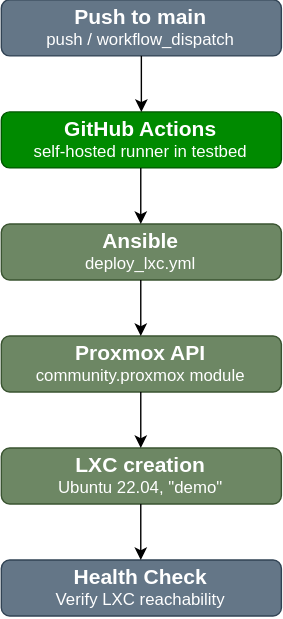
The draw.io diagram docs/flow.svg in SchneiderValentin/proxmox-lxc-pipeline, before a commit. Source tidied: cells renumbered, new cells last; positions are measured from the earlier drawing's top-left corner, leaving out a move shared by most shapes.
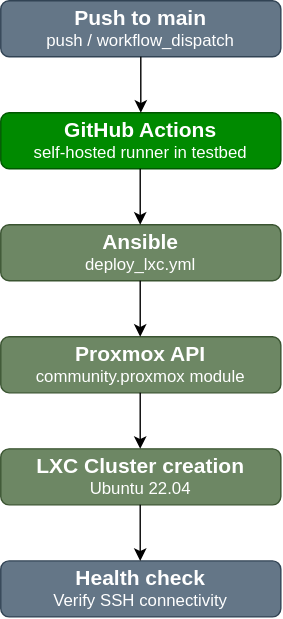
Above is the later version.

Commit message:
Establish and verify SSH connectivity

What changed in the source:
```diff
@@ -14,7 +14,7 @@
     <mxCell id="5" value="&lt;div&gt;&lt;font style=&quot;font-size: 15px;&quot;&gt;&lt;b&gt;Proxmox API&lt;/b&gt;&lt;/font&gt;&lt;/div&gt;&lt;div&gt;community.proxmox module&lt;/div&gt;" style="rounded=1;whiteSpace=wrap;html=1;fillColor=#6d8764;fontColor=#ffffff;strokeColor=#3A5431;" parent="1" vertex="1">
       <mxGeometry y="240" width="200" height="40" as="geometry" />
     </mxCell>
-    <mxCell id="6" value="&lt;font style=&quot;font-size: 15px;&quot;&gt;&lt;b&gt;LXC creation&lt;/b&gt;&lt;/font&gt;&lt;br&gt;Ubuntu 22.04, &quot;demo&quot;" style="rounded=1;whiteSpace=wrap;html=1;fillColor=#6d8764;fontColor=#ffffff;strokeColor=#3A5431;" parent="1" vertex="1">
+    <mxCell id="6" value="&lt;font style=&quot;font-size: 15px;&quot;&gt;&lt;b&gt;LXC Cluster creation&lt;/b&gt;&lt;/font&gt;&lt;br&gt;Ubuntu 22.04" style="rounded=1;whiteSpace=wrap;html=1;fillColor=#6d8764;fontColor=#ffffff;strokeColor=#3A5431;" parent="1" vertex="1">
       <mxGeometry y="320" width="200" height="40" as="geometry" />
     </mxCell>
     <mxCell id="7" style="endArrow=classic;html=1;rounded=0;exitX=0.5;exitY=1;exitDx=0;exitDy=0;entryX=0.5;entryY=0;entryDx=0;entryDy=0;" parent="1" edge="1" source="2" target="3">
@@ -38,14 +38,14 @@
         <mxPoint x="99.6" y="320" as="targetPoint" />
       </mxGeometry>
     </mxCell>
-    <mxCell id="11" value="&lt;font style=&quot;font-size: 15px;&quot;&gt;&lt;b&gt;Health Check&lt;/b&gt;&lt;/font&gt;&lt;br&gt;Verify LXC reachability" style="rounded=1;whiteSpace=wrap;html=1;fillColor=#647687;fontColor=#ffffff;strokeColor=#314354;" parent="1" vertex="1">
-      <mxGeometry y="400" width="200" height="40" as="geometry" />
-    </mxCell>
-    <mxCell id="12" style="endArrow=classic;html=1;rounded=0;exitX=0.5;exitY=1;exitDx=0;exitDy=0;entryX=0.5;entryY=0;entryDx=0;entryDy=0;" parent="1" edge="1">
-      <mxGeometry relative="1" as="geometry">
-        <mxPoint x="99.6" y="360" as="sourcePoint" />
-        <mxPoint x="99.6" y="400" as="targetPoint" />
-      </mxGeometry>
-    </mxCell>
+    <mxCell id="13" value="&lt;font style=&quot;font-size: 15px;&quot;&gt;&lt;b&gt;Health check&lt;/b&gt;&lt;/font&gt;&lt;br&gt;Verify SSH connectivity" style="rounded=1;whiteSpace=wrap;html=1;fillColor=#647687;fontColor=#ffffff;strokeColor=#314354;" parent="1" vertex="1">
+      <mxGeometry y="400" width="200" height="40" as="geometry" />
+    </mxCell>
+    <mxCell id="14" style="endArrow=classic;html=1;rounded=0;exitX=0.5;exitY=1;exitDx=0;exitDy=0;entryX=0.5;entryY=0;entryDx=0;entryDy=0;" parent="1" edge="1">
+      <mxGeometry relative="1" as="geometry">
+        <mxPoint x="99.6" y="360" as="sourcePoint" />
+        <mxPoint x="99.6" y="400" as="targetPoint" />
+      </mxGeometry>
+    </mxCell>
   </root>
 </mxGraphModel>
```
